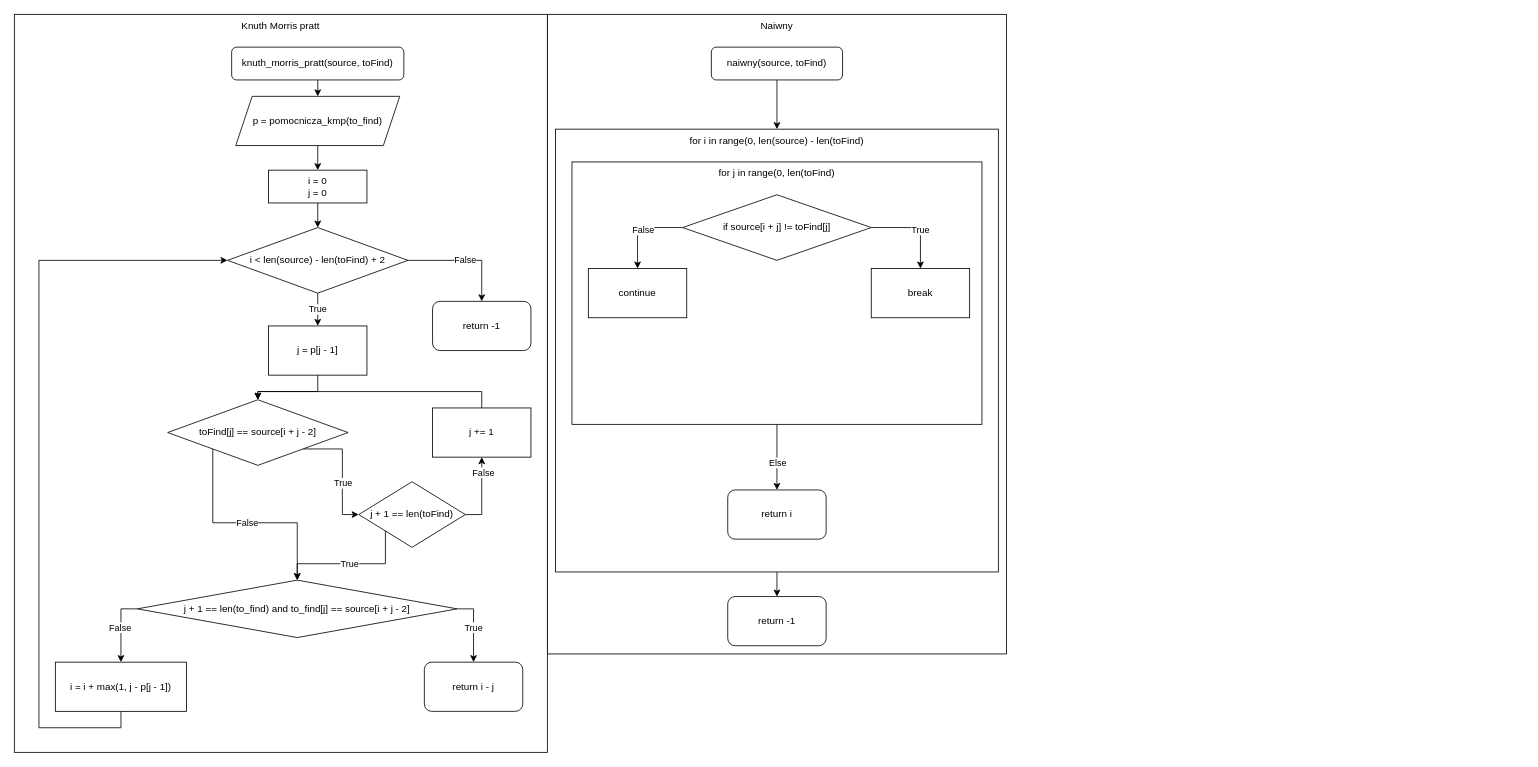
The draw.io diagram kod III/Algorytmy/wzorce/Untitled Diagram.drawio in HakierGrzonzo/studiaNotowane, before the edit. Source tidied: cells renumbered, new cells numbered last; positions are measured from the earlier drawing's top-left corner, leaving out a move shared by most shapes. Both pictures are drawn from the tidied source at 82%, with x=0, y=0 at pixel (14, 14).
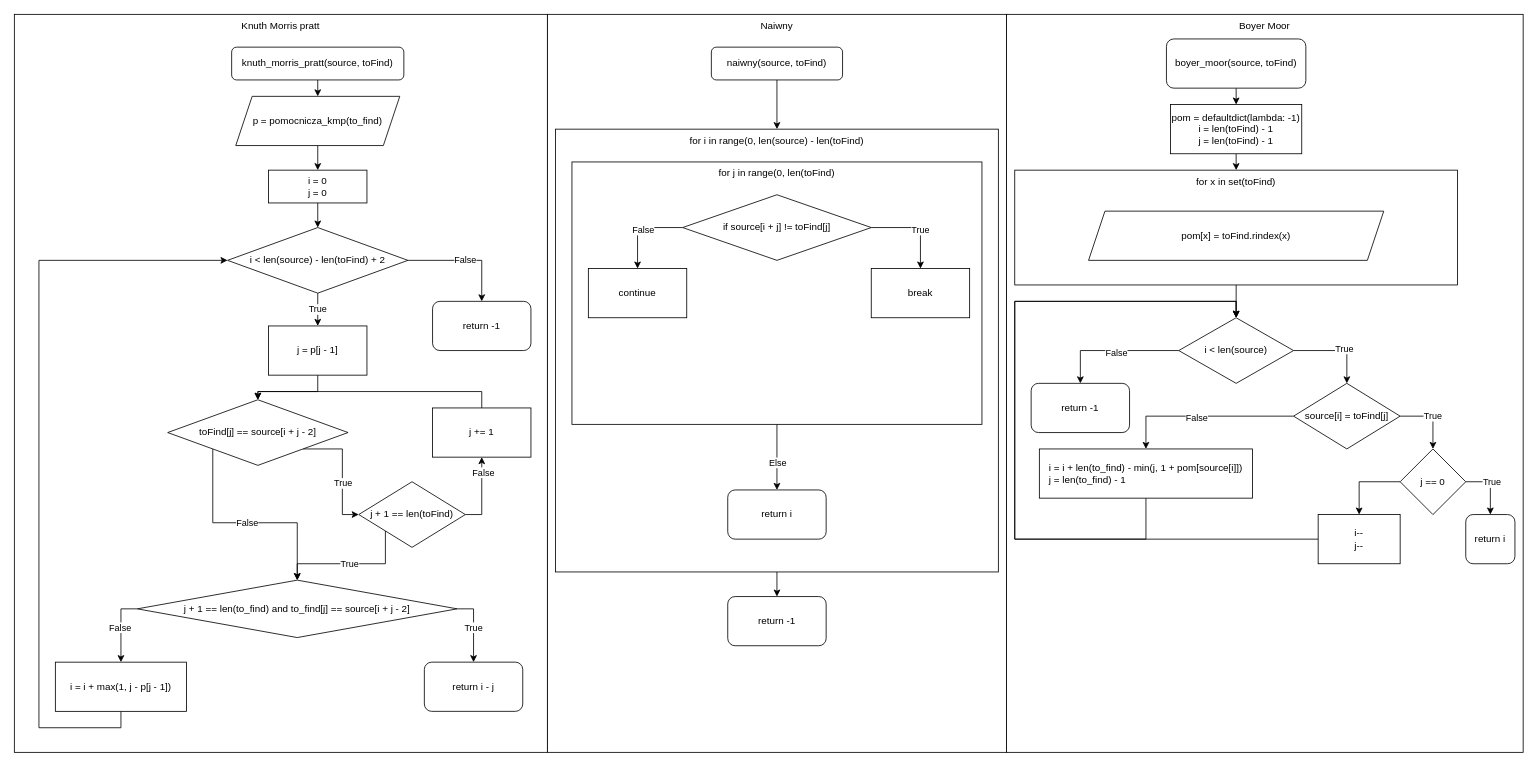
Above is the later version.

What changed in the source:
```diff
@@
     <mxCell id="2" value="Naiwny" style="rounded=0;whiteSpace=wrap;html=1;verticalAlign=top;" parent="1" vertex="1">
-      <mxGeometry x="650" width="560" height="780" as="geometry" />
+      <mxGeometry x="650" width="560" height="900" as="geometry" />
     </mxCell>
@@
+    <mxCell id="53" value="Boyer Moor" style="rounded=0;whiteSpace=wrap;html=1;verticalAlign=top;" parent="1" vertex="1">
+      <mxGeometry x="1210" width="630" height="900" as="geometry" />
+    </mxCell>
+    <mxCell id="54" style="edgeStyle=orthogonalEdgeStyle;rounded=0;jettySize=auto;html=1;exitX=0.5;exitY=1;exitDx=0;exitDy=0;entryX=0.5;entryY=0;entryDx=0;entryDy=0;" parent="1" edge="1" source="55" target="57">
+      <mxGeometry relative="1" as="geometry" />
+    </mxCell>
+    <mxCell id="55" value="boyer_moor(source, toFind)" style="rounded=1;whiteSpace=wrap;html=1;" parent="1" vertex="1">
+      <mxGeometry x="1405" y="30" width="170" height="60" as="geometry" />
+    </mxCell>
+    <mxCell id="56" style="edgeStyle=orthogonalEdgeStyle;rounded=0;jettySize=auto;html=1;exitX=0.5;exitY=1;exitDx=0;exitDy=0;entryX=0.5;entryY=0;entryDx=0;entryDy=0;" parent="1" edge="1" source="57" target="59">
+      <mxGeometry relative="1" as="geometry" />
+    </mxCell>
+    <mxCell id="57" value="&lt;div&gt;pom = defaultdict(lambda: -1)&lt;/div&gt;&lt;div&gt;i = len(toFind) - 1&lt;/div&gt;&lt;div align=&quot;center&quot;&gt;j = len(toFind) - 1&lt;br&gt;&lt;/div&gt;" style="rounded=0;whiteSpace=wrap;html=1;" parent="1" vertex="1">
+      <mxGeometry x="1410" y="110" width="160" height="60" as="geometry" />
+    </mxCell>
+    <mxCell id="58" style="edgeStyle=orthogonalEdgeStyle;rounded=0;jettySize=auto;html=1;exitX=0.5;exitY=1;exitDx=0;exitDy=0;entryX=0.5;entryY=0;entryDx=0;entryDy=0;" parent="1" edge="1" source="59" target="65">
+      <mxGeometry relative="1" as="geometry" />
+    </mxCell>
+    <mxCell id="59" value="for x in set(toFind)" style="rounded=0;whiteSpace=wrap;html=1;verticalAlign=top;" parent="1" vertex="1">
+      <mxGeometry x="1220" y="190" width="540" height="140" as="geometry" />
+    </mxCell>
+    <mxCell id="60" value="pom[x] = toFind.rindex(x)" style="shape=parallelogram;perimeter=parallelogramPerimeter;whiteSpace=wrap;html=1;fixedSize=1;" parent="1" vertex="1">
+      <mxGeometry x="1310" y="240" width="360" height="60" as="geometry" />
+    </mxCell>
+    <mxCell id="61" style="edgeStyle=orthogonalEdgeStyle;rounded=0;jettySize=auto;html=1;exitX=0;exitY=0.5;exitDx=0;exitDy=0;entryX=0.5;entryY=0;entryDx=0;entryDy=0;" parent="1" edge="1" source="65" target="66">
+      <mxGeometry relative="1" as="geometry" />
+    </mxCell>
+    <mxCell id="62" value="False" style="edgeLabel;html=1;align=center;verticalAlign=middle;" parent="61" vertex="1">
+      <mxGeometry x="-0.04" y="2" relative="1" as="geometry" />
+    </mxCell>
+    <mxCell id="63" style="edgeStyle=orthogonalEdgeStyle;rounded=0;jettySize=auto;html=1;exitX=1;exitY=0.5;exitDx=0;exitDy=0;entryX=0.5;entryY=0;entryDx=0;entryDy=0;" parent="1" edge="1" source="65" target="70">
+      <mxGeometry relative="1" as="geometry" />
+    </mxCell>
+    <mxCell id="64" value="True" style="edgeLabel;html=1;align=center;verticalAlign=middle;" parent="63" vertex="1">
+      <mxGeometry x="0.17" y="3" relative="1" as="geometry" />
+    </mxCell>
+    <mxCell id="65" value="i &amp;lt; len(source)" style="rhombus;whiteSpace=wrap;html=1;" parent="1" vertex="1">
+      <mxGeometry x="1420" y="370" width="140" height="80" as="geometry" />
+    </mxCell>
+    <mxCell id="66" value="return -1" style="rounded=1;whiteSpace=wrap;html=1;" parent="1" vertex="1">
+      <mxGeometry x="1240" y="450" width="120" height="60" as="geometry" />
+    </mxCell>
+    <mxCell id="67" style="edgeStyle=orthogonalEdgeStyle;rounded=0;jettySize=auto;html=1;exitX=0;exitY=0.5;exitDx=0;exitDy=0;entryX=0.5;entryY=0;entryDx=0;entryDy=0;" parent="1" edge="1" source="70" target="72">
+      <mxGeometry relative="1" as="geometry" />
+    </mxCell>
+    <mxCell id="68" value="False" style="edgeLabel;html=1;align=center;verticalAlign=middle;" parent="67" vertex="1">
+      <mxGeometry x="0.08" y="2" relative="1" as="geometry" />
+    </mxCell>
+    <mxCell id="69" value="True" style="edgeStyle=orthogonalEdgeStyle;rounded=0;jettySize=auto;html=1;exitX=1;exitY=0.5;exitDx=0;exitDy=0;entryX=0.5;entryY=0;entryDx=0;entryDy=0;" parent="1" edge="1" source="70" target="76">
+      <mxGeometry relative="1" as="geometry" />
+    </mxCell>
+    <mxCell id="70" value="source[i] = toFind[j]" style="rhombus;whiteSpace=wrap;html=1;" parent="1" vertex="1">
+      <mxGeometry x="1560" y="450" width="130" height="80" as="geometry" />
+    </mxCell>
+    <mxCell id="71" style="edgeStyle=orthogonalEdgeStyle;rounded=0;jettySize=auto;html=1;exitX=0.5;exitY=1;exitDx=0;exitDy=0;entryX=0.5;entryY=0;entryDx=0;entryDy=0;" parent="1" edge="1" source="72" target="65">
+      <mxGeometry relative="1" as="geometry">
+        <Array as="points">
+          <mxPoint x="1380" y="640" />
+          <mxPoint x="1220" y="640" />
+          <mxPoint x="1220" y="350" />
+          <mxPoint x="1490" y="350" />
+        </Array>
+      </mxGeometry>
+    </mxCell>
+    <mxCell id="72" value="&lt;div align=&quot;left&quot;&gt;            i = i + len(to_find) - min(j, 1 + pom[source[i]])&lt;br&gt;            j = len(to_find) - 1&lt;br&gt;&lt;/div&gt;" style="rounded=0;whiteSpace=wrap;html=1;" parent="1" vertex="1">
+      <mxGeometry x="1250" y="530" width="260" height="60" as="geometry" />
+    </mxCell>
+    <mxCell id="73" style="edgeStyle=orthogonalEdgeStyle;rounded=0;jettySize=auto;html=1;exitX=1;exitY=0.5;exitDx=0;exitDy=0;entryX=0.5;entryY=0;entryDx=0;entryDy=0;" parent="1" edge="1" source="76" target="77">
+      <mxGeometry relative="1" as="geometry" />
+    </mxCell>
+    <mxCell id="74" value="True" style="edgeLabel;html=1;align=center;verticalAlign=middle;" parent="73" vertex="1">
+      <mxGeometry x="-0.13" y="1" relative="1" as="geometry" />
+    </mxCell>
+    <mxCell id="75" style="edgeStyle=orthogonalEdgeStyle;rounded=0;jettySize=auto;html=1;exitX=0;exitY=0.5;exitDx=0;exitDy=0;entryX=0.5;entryY=0;entryDx=0;entryDy=0;" parent="1" edge="1" source="76" target="79">
+      <mxGeometry relative="1" as="geometry" />
+    </mxCell>
+    <mxCell id="76" value="j == 0" style="rhombus;whiteSpace=wrap;html=1;" parent="1" vertex="1">
+      <mxGeometry x="1690" y="530" width="80" height="80" as="geometry" />
+    </mxCell>
+    <mxCell id="77" value="return i" style="rounded=1;whiteSpace=wrap;html=1;" parent="1" vertex="1">
+      <mxGeometry x="1770" y="610" width="60" height="60" as="geometry" />
+    </mxCell>
+    <mxCell id="78" style="edgeStyle=orthogonalEdgeStyle;rounded=0;jettySize=auto;html=1;exitX=0;exitY=0.5;exitDx=0;exitDy=0;entryX=0.5;entryY=0;entryDx=0;entryDy=0;" parent="1" edge="1" source="79" target="65">
+      <mxGeometry relative="1" as="geometry">
+        <Array as="points">
+          <mxPoint x="1220" y="640" />
+          <mxPoint x="1220" y="350" />
+          <mxPoint x="1490" y="350" />
+        </Array>
+      </mxGeometry>
+    </mxCell>
+    <mxCell id="79" value="&lt;div&gt;i--&lt;/div&gt;&lt;div&gt;j--&lt;br&gt;&lt;/div&gt;" style="rounded=0;whiteSpace=wrap;html=1;" parent="1" vertex="1">
+      <mxGeometry x="1590" y="610" width="100" height="60" as="geometry" />
+    </mxCell>
```
